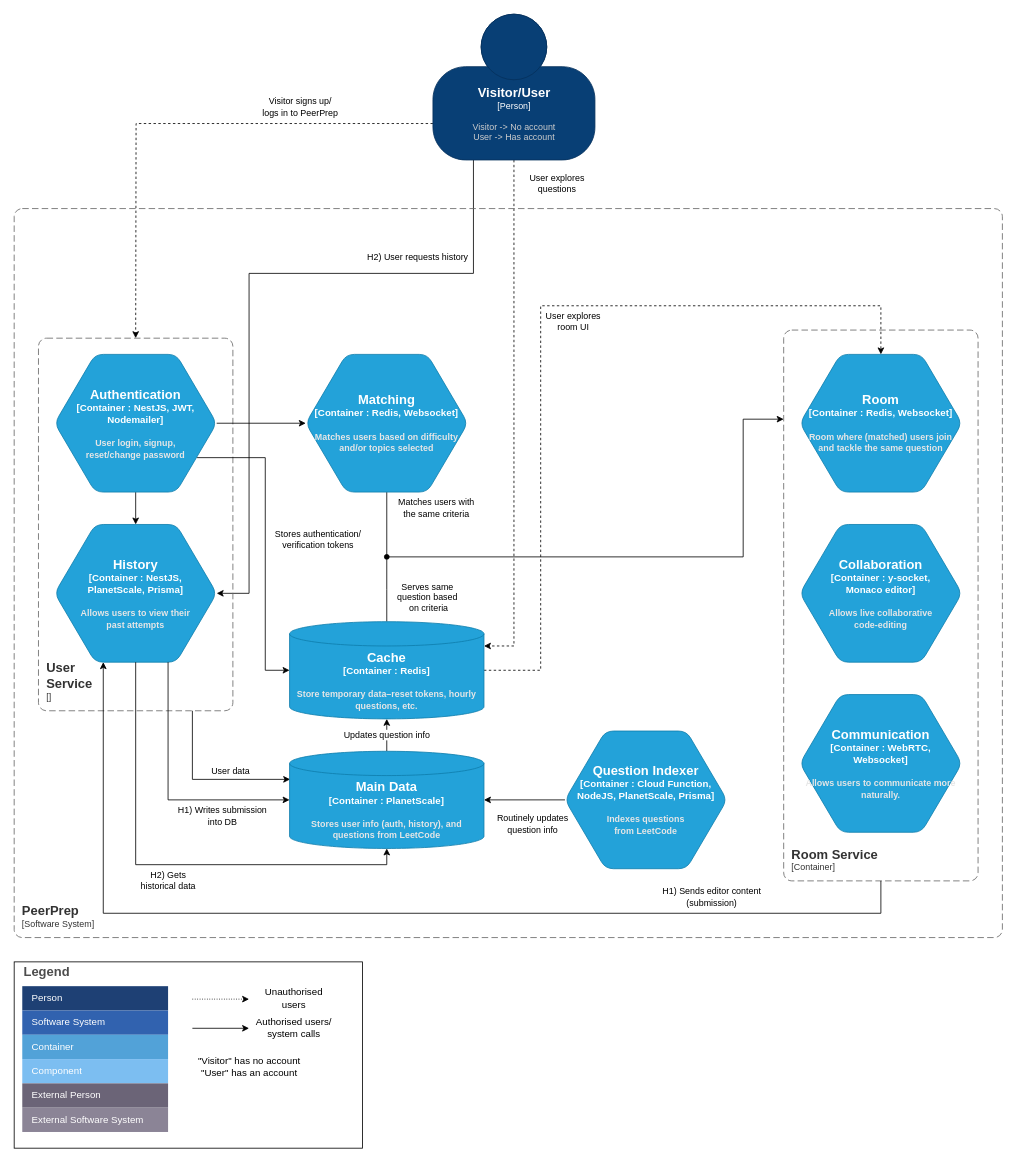
CS3219-AY2223S1/cs3219-project-ay2223s1-g42 keeps this draw.io diagram as page "Page-1" (1 of 2) of docs/cs3219-g42-c4-diagram.drawio. Above is the earlier version. Source tidied: cells renumbered, new cells numbered last; positions are measured from the earlier drawing's top-left corner, leaving out a move shared by most shapes. Both pictures are drawn from the tidied source at 81%, with x=0, y=0 at pixel (14, 14).
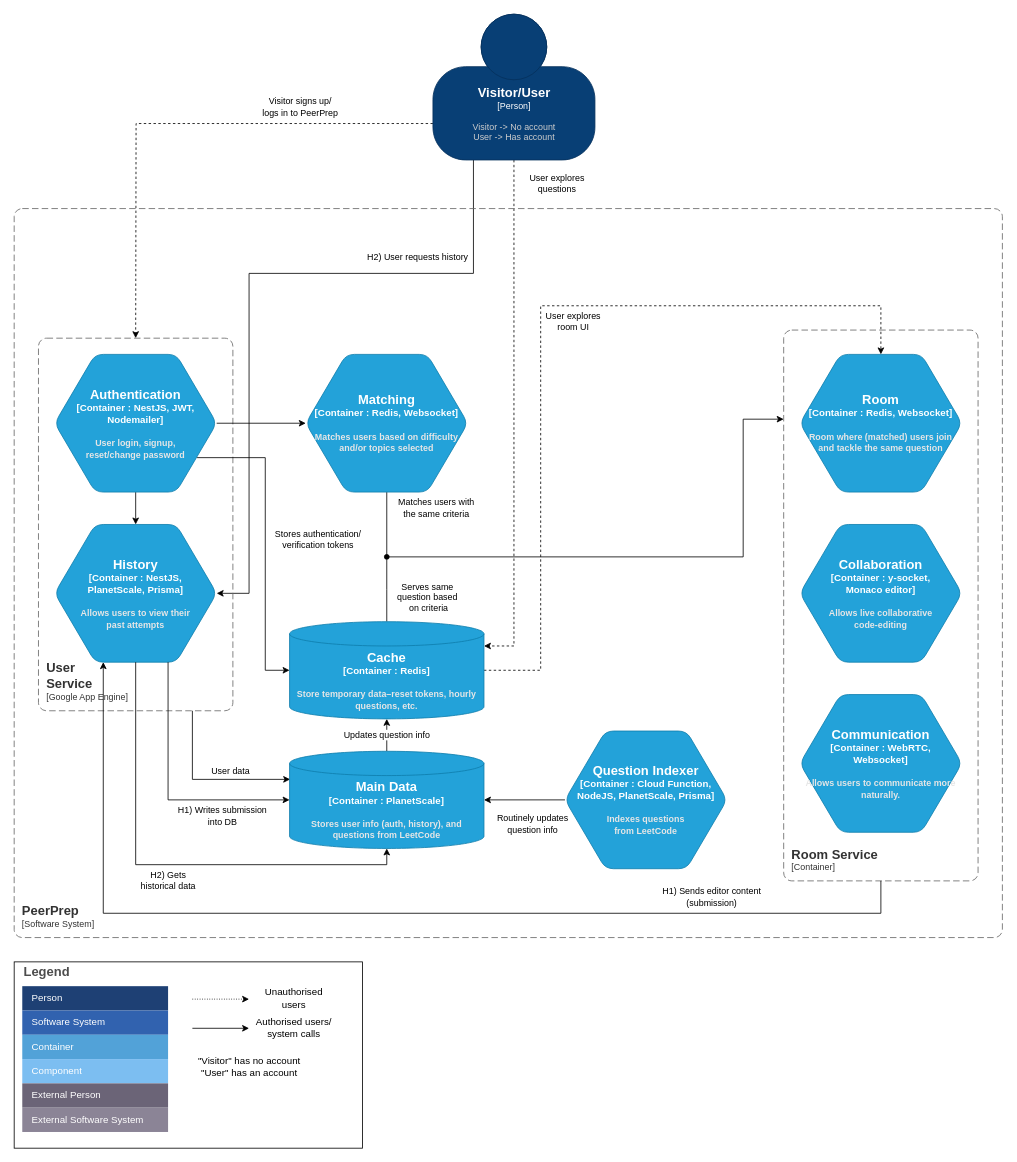
The same diagram, later.

Unchanged cells that the change refers to:
```xml
<mxCell id="13" style="group;" parent="1" vertex="1">
  <mxGeometry x="30" y="400" width="240" height="460" as="geometry" />
</mxCell>
```

The edit, as a diff of the source:
```diff
@@
-    <object id="17" label="&lt;font style=&quot;font-size: 16px&quot;&gt;&lt;b&gt;&lt;div style=&quot;text-align: left&quot;&gt;%c4Name%&lt;/div&gt;&lt;/b&gt;&lt;/font&gt;&lt;div style=&quot;text-align: left&quot;&gt;[%c4Application%]&lt;/div&gt;" c4Application="" c4Name="User &#10;Service" placeholders="1">
+    <object id="17" label="&lt;font style=&quot;font-size: 16px&quot;&gt;&lt;b&gt;&lt;div style=&quot;text-align: left&quot;&gt;%c4Name%&lt;/div&gt;&lt;/b&gt;&lt;/font&gt;&lt;div style=&quot;text-align: left&quot;&gt;[%c4Application%]&lt;/div&gt;" c4Application="Google App Engine" c4Name="User &#10;Service" placeholders="1">
       <mxCell style="rounded=1;fontSize=11;whiteSpace=wrap;html=1;dashed=1;arcSize=20;fillColor=none;strokeColor=#666666;fontColor=#333333;labelBackgroundColor=none;align=left;verticalAlign=bottom;labelBorderColor=none;spacingTop=0;spacing=10;dashPattern=8 4;perimeter=rectanglePerimeter;noLabel=0;labelPadding=0;absoluteArcSize=1;" parent="13" vertex="1">
         <mxGeometry width="240" height="460" as="geometry" />
       </mxCell>
     </object>
```
